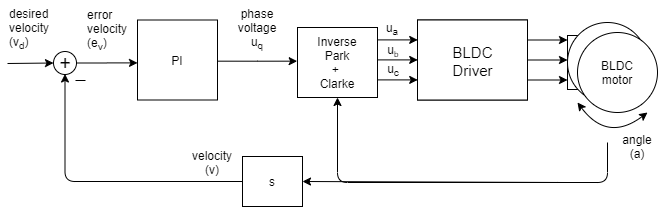
Before: extras/Images/velocity_loop.png, a diagram exported from draw.io (simplefoc/Arduino-FOC). Source tidied: cells renumbered, new cells last; positions are measured from the earlier drawing's top-left corner, leaving out a move shared by most shapes. The source it was exported from:
```xml
<mxGraphModel>
  <root>
    <mxCell id="0" />
    <mxCell id="1" parent="0" />
    <mxCell id="2" style="rounded=0;whiteSpace=wrap;html=1;strokeColor=#000000;" parent="1" vertex="1">
      <mxGeometry x="560" y="35" width="20" height="54" as="geometry" />
    </mxCell>
    <mxCell id="3" value="Park transform" style="rounded=0;whiteSpace=wrap;html=1;" parent="1" vertex="1">
      <mxGeometry x="290" y="27" width="80" height="70" as="geometry" />
    </mxCell>
    <mxCell id="4" style="edgeStyle=orthogonalEdgeStyle;jettySize=auto;html=1;exitX=1;exitY=0.25;exitDx=0;exitDy=0;rounded=1;" parent="1" edge="1" source="7">
      <mxGeometry relative="1" as="geometry">
        <mxPoint x="560" y="39.5" as="targetPoint" />
      </mxGeometry>
    </mxCell>
    <mxCell id="5" style="edgeStyle=orthogonalEdgeStyle;rounded=1;jettySize=auto;html=1;exitX=1;exitY=0.5;exitDx=0;exitDy=0;" parent="1" edge="1" source="7">
      <mxGeometry relative="1" as="geometry">
        <mxPoint x="560" y="59.5" as="targetPoint" />
      </mxGeometry>
    </mxCell>
    <mxCell id="6" style="edgeStyle=orthogonalEdgeStyle;rounded=1;jettySize=auto;html=1;exitX=1;exitY=0.75;exitDx=0;exitDy=0;" parent="1" edge="1" source="7">
      <mxGeometry relative="1" as="geometry">
        <mxPoint x="560" y="79.5" as="targetPoint" />
      </mxGeometry>
    </mxCell>
    <mxCell id="7" style="rounded=0;whiteSpace=wrap;html=1;" parent="1" vertex="1">
      <mxGeometry x="410" y="19.5" width="110" height="80" as="geometry" />
    </mxCell>
    <mxCell id="8" value="HMBGC" style="text;html=1;strokeColor=none;fillColor=none;align=center;verticalAlign=middle;whiteSpace=wrap;rounded=0;" parent="1" vertex="1">
      <mxGeometry x="425" y="42" width="80" height="35" as="geometry" />
    </mxCell>
    <mxCell id="9" style="ellipse;whiteSpace=wrap;html=1;" parent="1" vertex="1">
      <mxGeometry x="560" y="22" width="80" height="80" as="geometry" />
    </mxCell>
    <mxCell id="10" value="M" style="text;html=1;strokeColor=none;fillColor=none;align=center;verticalAlign=middle;whiteSpace=wrap;rounded=0;" parent="1" vertex="1">
      <mxGeometry x="590" y="39.5" width="40" height="20" as="geometry" />
    </mxCell>
    <mxCell id="11" style="ellipse;whiteSpace=wrap;html=1;strokeColor=#000000;" parent="1" vertex="1">
      <mxGeometry x="570" y="32" width="80" height="80" as="geometry" />
    </mxCell>
    <mxCell id="12" style="endArrow=classic;startArrow=classic;html=1;curved=1;" parent="1" edge="1">
      <mxGeometry relative="1" as="geometry">
        <mxPoint x="570" y="102" as="sourcePoint" />
        <mxPoint x="640" y="112" as="targetPoint" />
        <Array as="points">
          <mxPoint x="600" y="142" />
        </Array>
      </mxGeometry>
    </mxCell>
    <mxCell id="13" value="BLDC motor" style="text;html=1;strokeColor=none;fillColor=none;align=center;verticalAlign=middle;whiteSpace=wrap;rounded=0;" parent="1" vertex="1">
      <mxGeometry x="590" y="54.5" width="40" height="35" as="geometry" />
    </mxCell>
    <mxCell id="14" style="edgeStyle=orthogonalEdgeStyle;orthogonalLoop=1;jettySize=auto;html=1;exitX=1;exitY=0.25;exitDx=0;exitDy=0;rounded=1;" parent="1" edge="1">
      <mxGeometry relative="1" as="geometry">
        <mxPoint x="370.2" y="39.4" as="sourcePoint" />
        <mxPoint x="410.2" y="39.4" as="targetPoint" />
      </mxGeometry>
    </mxCell>
    <mxCell id="15" style="edgeStyle=orthogonalEdgeStyle;rounded=1;orthogonalLoop=1;jettySize=auto;html=1;exitX=1;exitY=0.5;exitDx=0;exitDy=0;" parent="1" edge="1">
      <mxGeometry relative="1" as="geometry">
        <mxPoint x="370.2" y="59.4" as="sourcePoint" />
        <mxPoint x="410.2" y="59.4" as="targetPoint" />
      </mxGeometry>
    </mxCell>
    <mxCell id="16" style="edgeStyle=orthogonalEdgeStyle;rounded=1;orthogonalLoop=1;jettySize=auto;html=1;exitX=1;exitY=0.75;exitDx=0;exitDy=0;" parent="1" edge="1">
      <mxGeometry relative="1" as="geometry">
        <mxPoint x="370.2" y="79.4" as="sourcePoint" />
        <mxPoint x="410.2" y="79.4" as="targetPoint" />
      </mxGeometry>
    </mxCell>
    <mxCell id="17" style="edgeStyle=orthogonalEdgeStyle;rounded=0;jettySize=auto;html=1;exitX=1;exitY=0.5;exitDx=0;exitDy=0;entryX=0;entryY=0.583;entryDx=0;entryDy=0;entryPerimeter=0;" parent="1" edge="1" source="18" target="21">
      <mxGeometry relative="1" as="geometry" />
    </mxCell>
    <mxCell id="18" style="ellipse;whiteSpace=wrap;html=1;strokeColor=#000000;" parent="1" vertex="1">
      <mxGeometry x="46" y="51" width="23" height="23" as="geometry" />
    </mxCell>
    <mxCell id="19" style="group;" parent="1" vertex="1">
      <mxGeometry x="130" y="19.5" width="80" height="80" as="geometry" />
    </mxCell>
    <mxCell id="20" style="whiteSpace=wrap;html=1;strokeColor=#000000;" parent="19" vertex="1">
      <mxGeometry width="80" height="80" as="geometry" />
    </mxCell>
    <mxCell id="21" value="PI" style="text;html=1;strokeColor=none;fillColor=none;align=center;verticalAlign=middle;whiteSpace=wrap;rounded=0;" parent="19" vertex="1">
      <mxGeometry y="22.5" width="80" height="35" as="geometry" />
    </mxCell>
    <mxCell id="22" style="endArrow=classic;html=1;entryX=0;entryY=0.5;entryDx=0;entryDy=0;" parent="1" edge="1" target="18">
      <mxGeometry relative="1" as="geometry">
        <mxPoint y="63" as="sourcePoint" />
      </mxGeometry>
    </mxCell>
    <mxCell id="23" style="edgeStyle=orthogonalEdgeStyle;rounded=0;orthogonalLoop=1;jettySize=auto;html=1;exitX=1;exitY=0.5;exitDx=0;exitDy=0;entryX=0;entryY=0.463;entryDx=0;entryDy=0;entryPerimeter=0;" parent="1" edge="1">
      <mxGeometry relative="1" as="geometry">
        <mxPoint x="209.7" y="60.7" as="sourcePoint" />
        <mxPoint x="289.7" y="60.7" as="targetPoint" />
        <Array as="points">
          <mxPoint x="250" y="61" />
        </Array>
      </mxGeometry>
    </mxCell>
    <mxCell id="24" style="endArrow=none;html=1;" parent="1" edge="1">
      <mxGeometry relative="1" as="geometry">
        <mxPoint x="68" y="80" as="sourcePoint" />
        <mxPoint x="78" y="80" as="targetPoint" />
      </mxGeometry>
    </mxCell>
    <mxCell id="25" value="&lt;font style=&quot;font-size: 20px&quot;&gt;+&lt;/font&gt;" style="text;html=1;strokeColor=none;fillColor=none;align=center;verticalAlign=middle;whiteSpace=wrap;rounded=0;" parent="1" vertex="1">
      <mxGeometry x="48.5" y="49.5" width="18" height="24" as="geometry" />
    </mxCell>
    <mxCell id="26" style="edgeStyle=orthogonalEdgeStyle;rounded=1;jettySize=auto;html=1;exitX=0;exitY=0.5;exitDx=0;exitDy=0;entryX=0.5;entryY=1;entryDx=0;entryDy=0;" parent="1" edge="1" source="27" target="25">
      <mxGeometry relative="1" as="geometry" />
    </mxCell>
    <mxCell id="27" value="s" style="rounded=0;whiteSpace=wrap;html=1;strokeColor=#000000;" parent="1" vertex="1">
      <mxGeometry x="235" y="156" width="60" height="50" as="geometry" />
    </mxCell>
    <mxCell id="28" style="endArrow=classic;html=1;entryX=1;entryY=0.5;entryDx=0;entryDy=0;" parent="1" edge="1" target="27">
      <mxGeometry relative="1" as="geometry">
        <mxPoint x="600" y="142" as="sourcePoint" />
        <Array as="points">
          <mxPoint x="600" y="182" />
          <mxPoint x="560" y="182" />
        </Array>
      </mxGeometry>
    </mxCell>
    <mxCell id="29" value="angle (a)" style="text;html=1;strokeColor=none;fillColor=none;align=center;verticalAlign=middle;whiteSpace=wrap;rounded=0;" parent="1" vertex="1">
      <mxGeometry x="610" y="136" width="40" height="20" as="geometry" />
    </mxCell>
    <mxCell id="30" value="velocity (v)" style="text;html=1;strokeColor=none;fillColor=none;align=center;verticalAlign=middle;whiteSpace=wrap;rounded=0;" parent="1" vertex="1">
      <mxGeometry x="185" y="152" width="40" height="20" as="geometry" />
    </mxCell>
    <mxCell id="31" value="&lt;span style=&quot;text-align: center ; white-space: normal&quot;&gt;error&lt;br&gt;velocity&amp;nbsp;&lt;br&gt;(e&lt;sub&gt;v&lt;/sub&gt;)&lt;/span&gt;" style="text;html=1;align=left;verticalAlign=top;spacingTop=-4;" parent="1" vertex="1">
      <mxGeometry x="77.5" y="4.5" width="60" height="50" as="geometry" />
    </mxCell>
    <mxCell id="32" value="phase voltage u&lt;sub&gt;q&lt;/sub&gt;" style="text;html=1;strokeColor=none;fillColor=none;align=center;verticalAlign=middle;whiteSpace=wrap;rounded=0;" parent="1" vertex="1">
      <mxGeometry x="230" y="18.5" width="40" height="20" as="geometry" />
    </mxCell>
    <mxCell id="33" value="u&lt;sub&gt;a&lt;/sub&gt;" style="text;html=1;strokeColor=none;fillColor=none;align=center;verticalAlign=middle;whiteSpace=wrap;rounded=0;" parent="1" vertex="1">
      <mxGeometry x="370" y="18.5" width="30" height="20" as="geometry" />
    </mxCell>
    <mxCell id="34" value="u&lt;sub&gt;c&lt;/sub&gt;" style="text;html=1;strokeColor=none;fillColor=none;align=center;verticalAlign=middle;whiteSpace=wrap;rounded=0;" parent="1" vertex="1">
      <mxGeometry x="371" y="59.5" width="30" height="20" as="geometry" />
    </mxCell>
    <mxCell id="35" value="u&lt;span style=&quot;font-size: 10px&quot;&gt;&lt;sub&gt;b&lt;/sub&gt;&lt;/span&gt;" style="text;html=1;strokeColor=none;fillColor=none;align=center;verticalAlign=middle;whiteSpace=wrap;rounded=0;" parent="1" vertex="1">
      <mxGeometry x="371" y="40" width="30" height="20" as="geometry" />
    </mxCell>
    <mxCell id="36" value="&lt;span style=&quot;text-align: center ; white-space: normal&quot;&gt;desired&lt;br&gt;velocity&lt;br&gt;(v&lt;/span&gt;&lt;sub style=&quot;text-align: center ; white-space: normal&quot;&gt;d&lt;/sub&gt;&lt;span style=&quot;text-align: center ; white-space: normal&quot;&gt;)&lt;/span&gt;" style="text;html=1;" parent="1" vertex="1">
      <mxGeometry width="40" height="70" as="geometry" />
    </mxCell>
    <mxCell id="37" style="endArrow=classic;html=1;entryX=0.5;entryY=1;entryDx=0;entryDy=0;" parent="1" edge="1" target="3">
      <mxGeometry relative="1" as="geometry">
        <mxPoint x="580" y="182" as="sourcePoint" />
        <Array as="points">
          <mxPoint x="330" y="182" />
        </Array>
      </mxGeometry>
    </mxCell>
    <mxCell id="38" value="Inverse&lt;br&gt;Park&lt;br&gt;+&amp;nbsp;&lt;br&gt;Clarke" style="rounded=0;whiteSpace=wrap;html=1;" parent="1" vertex="1">
      <mxGeometry x="290" y="27" width="80" height="70" as="geometry" />
    </mxCell>
    <mxCell id="39" style="rounded=0;whiteSpace=wrap;html=1;" parent="1" vertex="1">
      <mxGeometry x="410" y="19.5" width="110" height="80" as="geometry" />
    </mxCell>
    <mxCell id="40" value="&lt;font style=&quot;font-size: 15px&quot;&gt;BLDC Driver&lt;/font&gt;" style="text;html=1;strokeColor=none;fillColor=none;align=center;verticalAlign=middle;whiteSpace=wrap;rounded=0;" parent="1" vertex="1">
      <mxGeometry x="437.5" y="42" width="55" height="37.5" as="geometry" />
    </mxCell>
  </root>
</mxGraphModel>
```
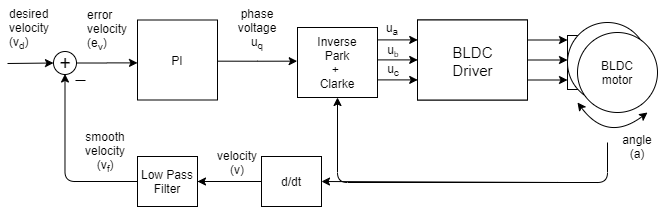
After the commit.

What changed in the source:
```diff
@@ -106,13 +106,10 @@
     <mxCell id="25" value="&lt;font style=&quot;font-size: 20px&quot;&gt;+&lt;/font&gt;" style="text;html=1;strokeColor=none;fillColor=none;align=center;verticalAlign=middle;whiteSpace=wrap;rounded=0;" parent="1" vertex="1">
       <mxGeometry x="48.5" y="49.5" width="18" height="24" as="geometry" />
     </mxCell>
-    <mxCell id="26" style="edgeStyle=orthogonalEdgeStyle;rounded=1;jettySize=auto;html=1;exitX=0;exitY=0.5;exitDx=0;exitDy=0;entryX=0.5;entryY=1;entryDx=0;entryDy=0;" parent="1" edge="1" source="27" target="25">
+    <mxCell id="26" style="edgeStyle=orthogonalEdgeStyle;rounded=1;jettySize=auto;html=1;exitX=0;exitY=0.5;exitDx=0;exitDy=0;entryX=0.5;entryY=1;entryDx=0;entryDy=0;" parent="1" edge="1" source="44" target="25">
       <mxGeometry relative="1" as="geometry" />
     </mxCell>
-    <mxCell id="27" value="s" style="rounded=0;whiteSpace=wrap;html=1;strokeColor=#000000;" parent="1" vertex="1">
-      <mxGeometry x="235" y="156" width="60" height="50" as="geometry" />
-    </mxCell>
-    <mxCell id="28" style="endArrow=classic;html=1;entryX=1;entryY=0.5;entryDx=0;entryDy=0;" parent="1" edge="1" target="27">
+    <mxCell id="28" style="endArrow=classic;html=1;entryX=1;entryY=0.5;entryDx=0;entryDy=0;" parent="1" edge="1" target="42">
       <mxGeometry relative="1" as="geometry">
         <mxPoint x="600" y="142" as="sourcePoint" />
         <Array as="points">
@@ -124,9 +121,6 @@
     <mxCell id="29" value="angle (a)" style="text;html=1;strokeColor=none;fillColor=none;align=center;verticalAlign=middle;whiteSpace=wrap;rounded=0;" parent="1" vertex="1">
       <mxGeometry x="610" y="136" width="40" height="20" as="geometry" />
     </mxCell>
-    <mxCell id="30" value="velocity (v)" style="text;html=1;strokeColor=none;fillColor=none;align=center;verticalAlign=middle;whiteSpace=wrap;rounded=0;" parent="1" vertex="1">
-      <mxGeometry x="185" y="152" width="40" height="20" as="geometry" />
-    </mxCell>
     <mxCell id="31" value="&lt;span style=&quot;text-align: center ; white-space: normal&quot;&gt;error&lt;br&gt;velocity&amp;nbsp;&lt;br&gt;(e&lt;sub&gt;v&lt;/sub&gt;)&lt;/span&gt;" style="text;html=1;align=left;verticalAlign=top;spacingTop=-4;" parent="1" vertex="1">
       <mxGeometry x="77.5" y="4.5" width="60" height="50" as="geometry" />
     </mxCell>
@@ -162,5 +156,26 @@
     <mxCell id="40" value="&lt;font style=&quot;font-size: 15px&quot;&gt;BLDC Driver&lt;/font&gt;" style="text;html=1;strokeColor=none;fillColor=none;align=center;verticalAlign=middle;whiteSpace=wrap;rounded=0;" parent="1" vertex="1">
       <mxGeometry x="437.5" y="42" width="55" height="37.5" as="geometry" />
     </mxCell>
+    <mxCell id="41" style="endArrow=classic;html=1;entryX=1;entryY=0.5;entryDx=0;entryDy=0;exitX=0;exitY=0.5;exitDx=0;exitDy=0;" parent="1" edge="1">
+      <mxGeometry relative="1" as="geometry">
+        <mxPoint x="240" y="181" as="sourcePoint" />
+        <mxPoint x="160" y="181" as="targetPoint" />
+      </mxGeometry>
+    </mxCell>
+    <mxCell id="42" value="d/dt" style="rounded=0;whiteSpace=wrap;html=1;strokeColor=#000000;" parent="1" vertex="1">
+      <mxGeometry x="254" y="156" width="60" height="50" as="geometry" />
+    </mxCell>
+    <mxCell id="30" value="velocity (v)" style="text;html=1;strokeColor=none;fillColor=none;align=center;verticalAlign=middle;whiteSpace=wrap;rounded=0;" parent="1" vertex="1">
+      <mxGeometry x="210" y="152" width="40" height="20" as="geometry" />
+    </mxCell>
+    <mxCell id="43" style="endArrow=classic;html=1;entryX=1;entryY=0.5;entryDx=0;entryDy=0;exitX=0;exitY=0.5;exitDx=0;exitDy=0;" parent="1" edge="1" source="42" target="44">
+      <mxGeometry relative="1" as="geometry" />
+    </mxCell>
+    <mxCell id="44" value="Low Pass&lt;br&gt;Filter" style="rounded=0;whiteSpace=wrap;html=1;strokeColor=#000000;" parent="1" vertex="1">
+      <mxGeometry x="130" y="156" width="60" height="50" as="geometry" />
+    </mxCell>
+    <mxCell id="45" value="smooth&lt;br&gt;velocity (v&lt;sub&gt;f&lt;/sub&gt;)" style="text;html=1;strokeColor=none;fillColor=none;align=center;verticalAlign=middle;whiteSpace=wrap;rounded=0;" parent="1" vertex="1">
+      <mxGeometry x="77.5" y="142" width="40" height="20" as="geometry" />
+    </mxCell>
   </root>
 </mxGraphModel>
```
